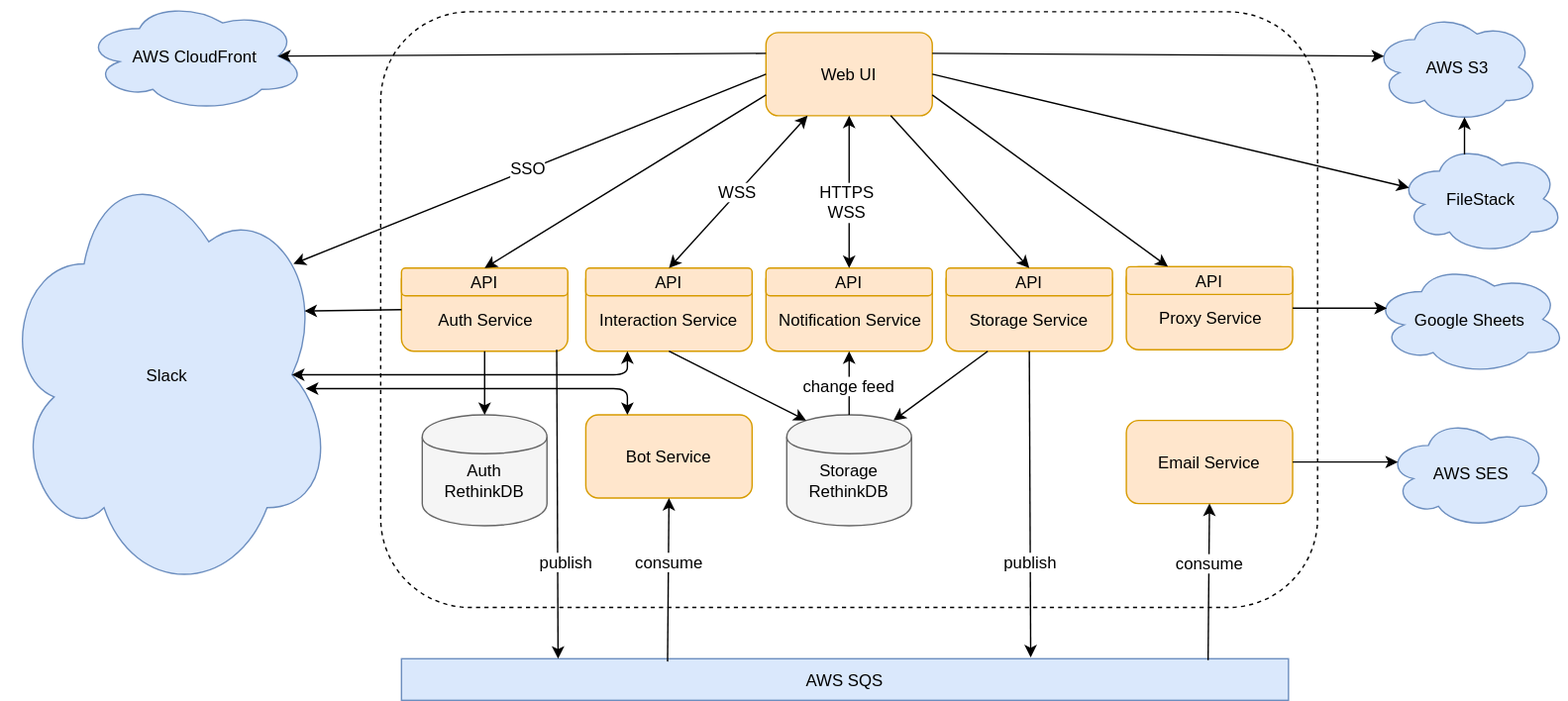
Earlier version of the draw.io export OC-System.svg (open-company/developer-onboarding). Source tidied: cells renumbered, new cells last; positions are measured from the earlier drawing's top-left corner, leaving out a move shared by most shapes.
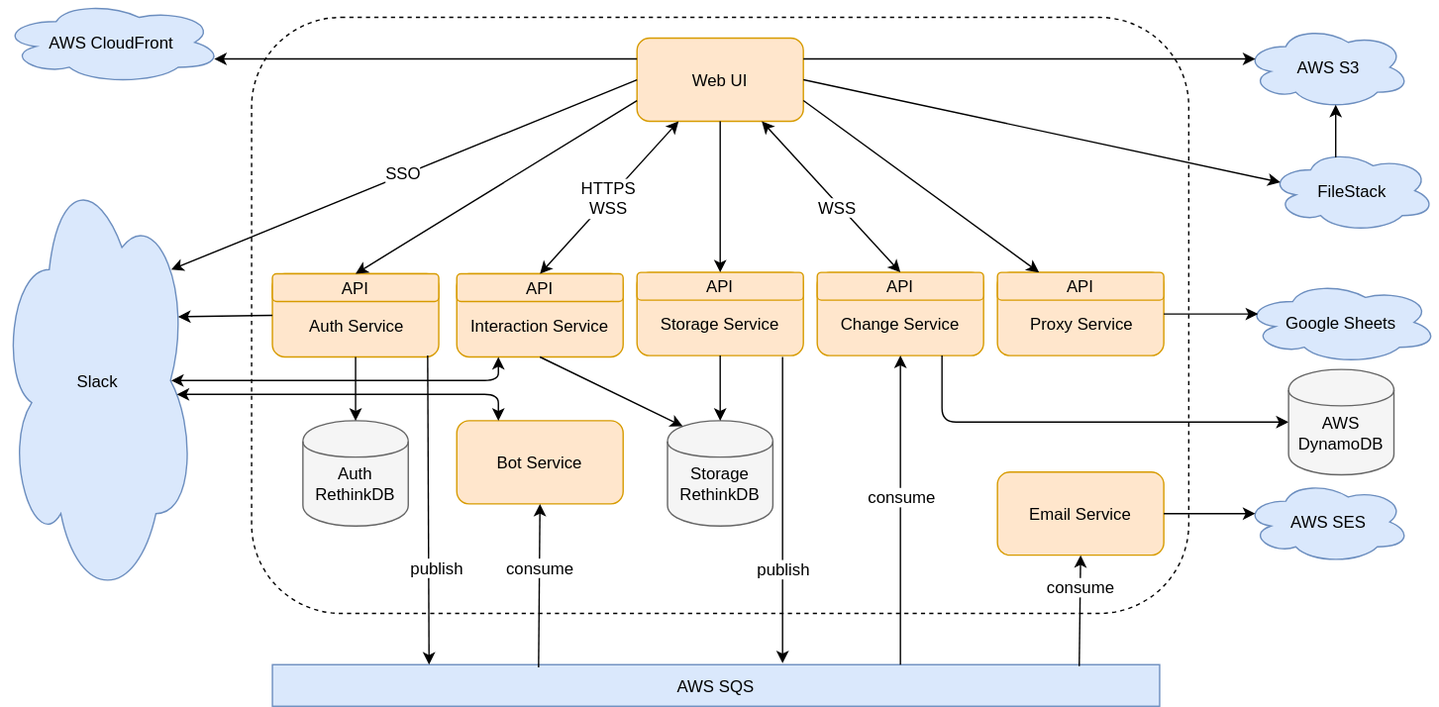
Later version of the same file.

Commit message:
Update system architecture diagram.

Diff of the diagram source:
```diff
@@ -6,37 +6,37 @@
       <mxGeometry x="274" y="8" width="676" height="430" as="geometry" />
     </mxCell>
     <mxCell id="3" value="&lt;div&gt;&lt;br&gt;&lt;/div&gt;Storage&lt;div&gt;RethinkDB&lt;/div&gt;" style="shape=cylinder;whiteSpace=wrap;html=1;fontSize=12;fontColor=#000000;fillColor=#f5f5f5;strokeColor=#666666;" parent="1" vertex="1">
-      <mxGeometry x="567" y="299" width="90" height="80" as="geometry" />
+      <mxGeometry x="574" y="299" width="76" height="76" as="geometry" />
     </mxCell>
     <mxCell id="4" value="&lt;div&gt;&lt;br&gt;&lt;/div&gt;Auth&lt;div&gt;RethinkDB&lt;/div&gt;" style="shape=cylinder;whiteSpace=wrap;html=1;fontSize=12;fontColor=#000000;fillColor=#f5f5f5;strokeColor=#666666;" parent="1" vertex="1">
-      <mxGeometry x="304" y="299" width="90" height="80" as="geometry" />
+      <mxGeometry x="311" y="299" width="76" height="76" as="geometry" />
     </mxCell>
     <mxCell id="5" value="Slack" style="ellipse;shape=cloud;whiteSpace=wrap;html=1;fontSize=12;fontColor=#000000;fillColor=#dae8fc;strokeColor=#6c8ebf;" parent="1" vertex="1">
-      <mxGeometry y="110" width="240" height="320" as="geometry" />
+      <mxGeometry x="93" y="110" width="140" height="320" as="geometry" />
     </mxCell>
     <mxCell id="6" value="FileStack" style="ellipse;shape=cloud;whiteSpace=wrap;html=1;fontSize=12;fontColor=#000000;fillColor=#dae8fc;strokeColor=#6c8ebf;" parent="1" vertex="1">
-      <mxGeometry x="1008" y="103" width="120" height="80" as="geometry" />
+      <mxGeometry x="1008" y="103" width="120" height="60" as="geometry" />
     </mxCell>
     <mxCell id="7" value="AWS SQS" style="rounded=0;whiteSpace=wrap;html=1;fontSize=12;fontColor=#000000;fillColor=#dae8fc;strokeColor=#6c8ebf;" parent="1" vertex="1">
       <mxGeometry x="289" y="475" width="640" height="30" as="geometry" />
     </mxCell>
     <mxCell id="8" value="Email Service" style="rounded=1;whiteSpace=wrap;html=1;fontSize=12;fontColor=#000000;fillColor=#ffe6cc;strokeColor=#d79b00;" parent="1" vertex="1">
-      <mxGeometry x="812" y="303" width="120" height="60" as="geometry" />
+      <mxGeometry x="812" y="336" width="120" height="60" as="geometry" />
     </mxCell>
     <mxCell id="9" value="Bot Service" style="rounded=1;whiteSpace=wrap;html=1;fontSize=12;fontColor=#000000;fillColor=#ffe6cc;strokeColor=#d79b00;" parent="1" vertex="1">
       <mxGeometry x="422" y="299" width="120" height="60" as="geometry" />
     </mxCell>
     <mxCell id="10" style="group;" parent="1" vertex="1">
-      <mxGeometry x="552" y="193" width="120" height="60" as="geometry" />
+      <mxGeometry x="682" y="192" width="120" height="60" as="geometry" />
     </mxCell>
-    <mxCell id="11" value="&lt;div&gt;&lt;br&gt;&lt;/div&gt;Notification Service" style="rounded=1;whiteSpace=wrap;html=1;fontSize=12;fontColor=#000000;fillColor=#ffe6cc;strokeColor=#d79b00;" parent="10" vertex="1">
+    <mxCell id="11" value="&lt;div&gt;&lt;br&gt;&lt;/div&gt;Change Service" style="rounded=1;whiteSpace=wrap;html=1;fontSize=12;fontColor=#000000;fillColor=#ffe6cc;strokeColor=#d79b00;" parent="10" vertex="1">
       <mxGeometry width="120" height="60" as="geometry" />
     </mxCell>
     <mxCell id="12" value="API" style="rounded=1;whiteSpace=wrap;html=1;fontSize=12;fontColor=#000000;fillColor=#ffe6cc;strokeColor=#d79b00;" parent="10" vertex="1">
       <mxGeometry width="120" height="20" as="geometry" />
     </mxCell>
     <mxCell id="13" style="group;" parent="1" vertex="1">
-      <mxGeometry x="682" y="193" width="120" height="60" as="geometry" />
+      <mxGeometry x="552" y="192" width="120" height="60" as="geometry" />
     </mxCell>
     <mxCell id="14" value="&lt;div&gt;&lt;br&gt;&lt;/div&gt;&lt;div&gt;Storage Service&lt;/div&gt;" style="rounded=1;whiteSpace=wrap;html=1;fontSize=12;fontColor=#000000;fillColor=#ffe6cc;strokeColor=#d79b00;" parent="13" vertex="1">
       <mxGeometry width="120" height="60" as="geometry" />
@@ -63,19 +63,11 @@
       <mxGeometry width="120" height="20" as="geometry" />
     </mxCell>
     <mxCell id="22" value="AWS SES" style="ellipse;shape=cloud;whiteSpace=wrap;html=1;fontSize=12;fontColor=#000000;fillColor=#dae8fc;strokeColor=#6c8ebf;" parent="1" vertex="1">
-      <mxGeometry x="1000" y="301" width="120" height="80" as="geometry" />
+      <mxGeometry x="990" y="342" width="120" height="60" as="geometry" />
     </mxCell>
-    <mxCell id="23" style="endArrow=classic;html=1;strokeColor=#000000;fontSize=12;fontColor=#000000;exitX=0.25;exitY=1;entryX=0.85;entryY=0.05;entryPerimeter=0;" parent="1" edge="1" source="14" target="3">
+    <mxCell id="23" style="endArrow=classic;html=1;strokeColor=#000000;fontSize=12;fontColor=#000000;exitX=0.5;exitY=1;entryX=0.5;entryY=0;" parent="1" edge="1" source="14" target="3">
       <mxGeometry relative="1" as="geometry" />
     </mxCell>
-    <mxCell id="24" style="endArrow=none;html=1;strokeColor=#000000;fontSize=12;fontColor=#000000;exitX=0.5;exitY=1;entryX=0.5;entryY=0;endFill=0;startArrow=classic;startFill=1;" parent="1" edge="1" source="11" target="3">
-      <mxGeometry relative="1" as="geometry" />
-    </mxCell>
-    <mxCell id="25" value="change feed" style="text;html=1;align=center;verticalAlign=middle;labelBackgroundColor=#ffffff;" parent="24" vertex="1">
-      <mxGeometry x="0.17" y="1" relative="1" as="geometry">
-        <mxPoint x="-2" y="-3" as="offset" />
-      </mxGeometry>
-    </mxCell>
     <mxCell id="26" style="endArrow=none;html=1;strokeColor=#000000;fontSize=12;fontColor=#000000;entryX=0.5;entryY=1;exitX=0.15;exitY=0.05;exitPerimeter=0;startArrow=classic;startFill=1;endFill=0;" parent="1" edge="1" source="3" target="20">
       <mxGeometry relative="1" as="geometry" />
     </mxCell>
@@ -83,10 +75,13 @@
       <mxGeometry relative="1" as="geometry" />
     </mxCell>
     <mxCell id="28" value="Google Sheets" style="ellipse;shape=cloud;whiteSpace=wrap;html=1;fontSize=12;fontColor=#000000;fillColor=#dae8fc;strokeColor=#6c8ebf;" parent="1" vertex="1">
-      <mxGeometry x="990" y="190" width="140" height="80" as="geometry" />
+      <mxGeometry x="990" y="198" width="140" height="60" as="geometry" />
     </mxCell>
-    <mxCell id="29" style="endArrow=classic;html=1;strokeColor=#000000;fontSize=12;fontColor=#000000;exitX=0.5;exitY=1;entryX=0.709;entryY=-0.033;entryPerimeter=0;" parent="1" edge="1" source="14" target="7">
-      <mxGeometry relative="1" as="geometry" />
+    <mxCell id="29" style="endArrow=classic;html=1;strokeColor=#000000;fontSize=12;fontColor=#000000;exitX=0.917;exitY=1.017;exitPerimeter=0;" parent="1" edge="1">
+      <mxGeometry relative="1" as="geometry">
+        <mxPoint x="657" y="253" as="sourcePoint" />
+        <mxPoint x="657" y="474" as="targetPoint" />
+      </mxGeometry>
     </mxCell>
     <mxCell id="30" value="publish" style="text;html=1;align=center;verticalAlign=middle;labelBackgroundColor=#ffffff;fontSize=12;fontColor=#000000;" parent="29" vertex="1">
       <mxGeometry x="-0.22" relative="1" as="geometry">
@@ -147,19 +142,19 @@
     <mxCell id="45" style="endArrow=classic;startArrow=classic;html=1;strokeColor=#000000;fontSize=12;fontColor=#000000;entryX=0.25;entryY=1;exitX=0.5;exitY=0;" parent="1" edge="1" source="21" target="43">
       <mxGeometry relative="1" as="geometry" />
     </mxCell>
-    <mxCell id="46" value="&lt;div&gt;WSS&lt;/div&gt;" style="text;html=1;align=center;verticalAlign=middle;labelBackgroundColor=#ffffff;fontSize=12;fontColor=#000000;" parent="45" vertex="1">
+    <mxCell id="46" value="&lt;div&gt;HTTPS&lt;/div&gt;&lt;div&gt;WSS&lt;/div&gt;" style="text;html=1;align=center;verticalAlign=middle;labelBackgroundColor=#ffffff;fontSize=12;fontColor=#000000;" parent="45" vertex="1">
       <mxGeometry y="1" relative="1" as="geometry" />
     </mxCell>
     <mxCell id="47" style="endArrow=classic;html=1;strokeColor=#000000;fontSize=12;fontColor=#000000;entryX=0.07;entryY=0.4;entryPerimeter=0;exitX=1;exitY=0.5;" parent="1" edge="1" source="43" target="6">
       <mxGeometry relative="1" as="geometry" />
     </mxCell>
-    <mxCell id="48" style="endArrow=classic;startArrow=classic;html=1;strokeColor=#000000;fontSize=12;fontColor=#000000;entryX=0.5;entryY=1;exitX=0.5;exitY=0;" parent="1" edge="1" source="12" target="43">
+    <mxCell id="48" style="endArrow=classic;startArrow=classic;html=1;strokeColor=#000000;fontSize=12;fontColor=#000000;entryX=0.75;entryY=1;exitX=0.5;exitY=0;" parent="1" edge="1" source="12" target="43">
       <mxGeometry relative="1" as="geometry" />
     </mxCell>
-    <mxCell id="49" value="HTTPS&lt;div&gt;WSS&lt;/div&gt;" style="text;html=1;align=center;verticalAlign=middle;labelBackgroundColor=#ffffff;fontSize=12;fontColor=#000000;" parent="48" vertex="1">
+    <mxCell id="49" value="&lt;div&gt;WSS&lt;/div&gt;" style="text;html=1;align=center;verticalAlign=middle;labelBackgroundColor=#ffffff;fontSize=12;fontColor=#000000;" parent="48" vertex="1">
       <mxGeometry x="-0.11" y="2" relative="1" as="geometry" />
     </mxCell>
-    <mxCell id="50" style="endArrow=classic;html=1;strokeColor=#000000;fontSize=12;fontColor=#000000;entryX=0.5;entryY=0;exitX=0.75;exitY=1;" parent="1" edge="1" source="43" target="15">
+    <mxCell id="50" style="endArrow=classic;html=1;strokeColor=#000000;fontSize=12;fontColor=#000000;entryX=0.5;entryY=0;exitX=0.5;exitY=1;" parent="1" edge="1" source="43" target="15">
       <mxGeometry relative="1" as="geometry" />
     </mxCell>
     <mxCell id="51" style="endArrow=classic;html=1;strokeColor=#000000;entryX=0.25;entryY=0;exitX=1;exitY=0.75;" parent="1" edge="1" source="43" target="41">
@@ -179,7 +174,7 @@
       <mxGeometry y="-2" relative="1" as="geometry" />
     </mxCell>
     <mxCell id="55" value="AWS S3" style="ellipse;shape=cloud;whiteSpace=wrap;html=1;fontSize=12;fontColor=#000000;fillColor=#dae8fc;strokeColor=#6c8ebf;" parent="1" vertex="1">
-      <mxGeometry x="990" y="8" width="120" height="80" as="geometry" />
+      <mxGeometry x="990" y="14" width="120" height="60" as="geometry" />
     </mxCell>
     <mxCell id="56" style="endArrow=classic;html=1;strokeColor=#000000;exitX=0.4;exitY=0.1;exitPerimeter=0;entryX=0.55;entryY=0.95;entryPerimeter=0;" parent="1" edge="1" source="6" target="55">
       <mxGeometry relative="1" as="geometry" />
@@ -188,9 +183,9 @@
       <mxGeometry relative="1" as="geometry" />
     </mxCell>
     <mxCell id="58" value="AWS CloudFront" style="ellipse;shape=cloud;whiteSpace=wrap;html=1;fontSize=12;fontColor=#000000;fillColor=#dae8fc;strokeColor=#6c8ebf;" parent="1" vertex="1">
-      <mxGeometry x="60" width="160" height="80" as="geometry" />
+      <mxGeometry x="93" y="-4" width="160" height="60" as="geometry" />
     </mxCell>
-    <mxCell id="59" style="endArrow=classic;html=1;strokeColor=#000000;entryX=0.875;entryY=0.5;entryPerimeter=0;exitX=0;exitY=0.25;" parent="1" edge="1" source="43" target="58">
+    <mxCell id="59" style="endArrow=classic;html=1;strokeColor=#000000;exitX=0;exitY=0.25;entryX=0.96;entryY=0.7;entryPerimeter=0;" parent="1" edge="1" source="43" target="58">
       <mxGeometry relative="1" as="geometry" />
     </mxCell>
     <mxCell id="60" style="edgeStyle=segmentEdgeStyle;endArrow=classic;html=1;strokeColor=#000000;entryX=0.25;entryY=0;exitX=0.875;exitY=0.5;exitPerimeter=0;endFill=1;startArrow=classic;startFill=1;" parent="1" edge="1" target="9">
@@ -201,5 +196,25 @@
         </Array>
       </mxGeometry>
     </mxCell>
+    <mxCell id="61" style="endArrow=classic;html=1;strokeColor=#000000;fontSize=12;fontColor=#000000;" parent="1" edge="1" target="11">
+      <mxGeometry relative="1" as="geometry">
+        <mxPoint x="742" y="475" as="sourcePoint" />
+      </mxGeometry>
+    </mxCell>
+    <mxCell id="62" value="consume" style="text;html=1;align=center;verticalAlign=middle;labelBackgroundColor=#ffffff;fontSize=12;fontColor=#000000;" parent="61" vertex="1">
+      <mxGeometry x="-0.04" y="1" relative="1" as="geometry">
+        <mxPoint x="2" y="-15" as="offset" />
+      </mxGeometry>
+    </mxCell>
+    <mxCell id="63" style="endArrow=classic;html=1;strokeColor=#000000;fontSize=12;fontColor=#000000;entryX=0;entryY=0.5;exitX=0.75;exitY=1;" parent="1" edge="1" source="11" target="64">
+      <mxGeometry relative="1" as="geometry">
+        <Array as="points">
+          <mxPoint x="772" y="300" />
+        </Array>
+      </mxGeometry>
+    </mxCell>
+    <mxCell id="64" value="&lt;div&gt;&lt;br&gt;&lt;/div&gt;&lt;div&gt;AWS&lt;/div&gt;&lt;div&gt;DynamoDB&lt;/div&gt;" style="shape=cylinder;whiteSpace=wrap;html=1;fontSize=12;fontColor=#000000;fillColor=#f5f5f5;strokeColor=#666666;" parent="1" vertex="1">
+      <mxGeometry x="1022" y="262" width="76" height="76" as="geometry" />
+    </mxCell>
   </root>
 </mxGraphModel>
```
